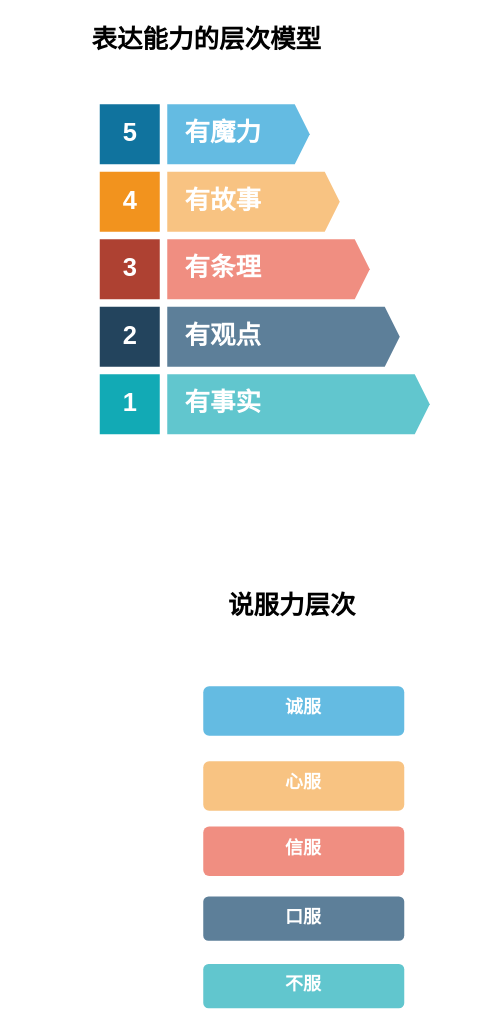
mashifei/uml keeps this draw.io diagram as page "表达力" (7 of 7) of 模型.drawio. Above is the earlier version. Source tidied: cells renumbered, new cells numbered last; positions are measured from the earlier drawing's top-left corner, leaving out a move shared by most shapes. Both pictures are drawn from the tidied source at 150%, with x=0, y=0 at pixel (26, 26).
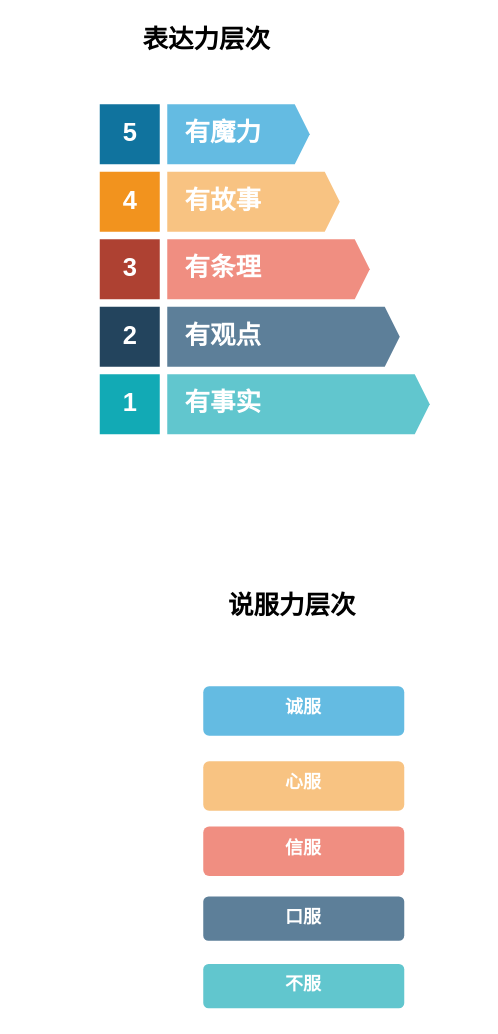
The same diagram, later.

Diff of the diagram source:
```diff
@@
 <mxGraphModel>
   <root>
     <mxCell id="0" />
     <mxCell id="1" parent="0" />
     <mxCell id="2" value="5" style="html=1;fillColor=#10739E;strokeColor=none;shadow=0;fontSize=17;fontColor=#FFFFFF;align=center;fontStyle=1;rounded=0;" parent="1" vertex="1">
       <mxGeometry x="49" y="52" width="40" height="40" as="geometry" />
     </mxCell>
     <mxCell id="3" value="有魔力" style="shape=mxgraph.infographic.ribbonSimple;notch1=0;notch2=10;notch=0;html=1;strokeColor=none;shadow=0;fontSize=17;fontColor=#FFFFFF;align=left;spacingLeft=10;fontStyle=1;fillColor=#64BBE2;" parent="1" vertex="1">
       <mxGeometry x="94" y="52" width="95" height="40" as="geometry" />
     </mxCell>
     <mxCell id="4" value="4" style="html=1;fillColor=#F2931E;strokeColor=none;shadow=0;fontSize=17;fontColor=#FFFFFF;align=center;fontStyle=1;rounded=0;" parent="1" vertex="1">
       <mxGeometry x="49" y="97" width="40" height="40" as="geometry" />
     </mxCell>
     <mxCell id="5" value="有故事" style="shape=mxgraph.infographic.ribbonSimple;notch1=0;notch2=10;notch=0;html=1;strokeColor=none;shadow=0;fontSize=17;fontColor=#FFFFFF;align=left;spacingLeft=10;fontStyle=1;fillColor=#F8C382;" parent="1" vertex="1">
       <mxGeometry x="94" y="97" width="115" height="40" as="geometry" />
     </mxCell>
     <mxCell id="6" value="3" style="html=1;fillColor=#AE4132;strokeColor=none;shadow=0;fontSize=17;fontColor=#FFFFFF;align=center;fontStyle=1;rounded=0;" parent="1" vertex="1">
       <mxGeometry x="49" y="142" width="40" height="40" as="geometry" />
     </mxCell>
     <mxCell id="7" value="有条理" style="shape=mxgraph.infographic.ribbonSimple;notch1=0;notch2=10;notch=0;html=1;fillColor=#F08E81;strokeColor=none;shadow=0;fontSize=17;fontColor=#FFFFFF;align=left;spacingLeft=10;fontStyle=1;" parent="1" vertex="1">
       <mxGeometry x="94" y="142" width="135" height="40" as="geometry" />
     </mxCell>
     <mxCell id="8" value="2" style="html=1;fillColor=#23445D;strokeColor=none;shadow=0;fontSize=17;fontColor=#FFFFFF;align=center;fontStyle=1;rounded=0;" parent="1" vertex="1">
       <mxGeometry x="49" y="187" width="40" height="40" as="geometry" />
     </mxCell>
     <mxCell id="9" value="有观点" style="shape=mxgraph.infographic.ribbonSimple;notch1=0;notch2=10;notch=0;html=1;fillColor=#5D7F99;strokeColor=none;shadow=0;fontSize=17;fontColor=#FFFFFF;align=left;spacingLeft=10;fontStyle=1;" parent="1" vertex="1">
       <mxGeometry x="94" y="187" width="155" height="40" as="geometry" />
     </mxCell>
     <mxCell id="10" value="1" style="html=1;fillColor=#12AAB5;strokeColor=none;shadow=0;fontSize=17;fontColor=#FFFFFF;align=center;fontStyle=1;rounded=0;" parent="1" vertex="1">
       <mxGeometry x="49" y="232" width="40" height="40" as="geometry" />
     </mxCell>
     <mxCell id="11" value="有事实" style="shape=mxgraph.infographic.ribbonSimple;notch1=0;notch2=10;notch=0;html=1;fillColor=#61C6CE;strokeColor=none;shadow=0;fontSize=17;fontColor=#FFFFFF;align=left;spacingLeft=10;fontStyle=1;" parent="1" vertex="1">
       <mxGeometry x="94" y="232" width="175" height="40" as="geometry" />
     </mxCell>
     <mxCell id="12" value="&lt;b&gt;&lt;font color=&quot;#ffffff&quot;&gt;诚服&lt;/font&gt;&lt;/b&gt;" style="rounded=1;strokeColor=none;align=center;arcSize=12;verticalAlign=top;whiteSpace=wrap;html=1;fontSize=12;fillColor=#64BBE2;" parent="1" vertex="1">
       <mxGeometry x="118" y="440" width="134" height="33" as="geometry" />
     </mxCell>
     <mxCell id="13" value="&lt;b&gt;&lt;font color=&quot;#ffffff&quot;&gt;心服&lt;/font&gt;&lt;/b&gt;" style="rounded=1;strokeColor=none;align=center;arcSize=12;verticalAlign=top;whiteSpace=wrap;html=1;fontSize=12;fillColor=#F8C382;" parent="1" vertex="1">
       <mxGeometry x="118" y="490" width="134" height="33" as="geometry" />
     </mxCell>
     <mxCell id="14" value="&lt;b&gt;&lt;font color=&quot;#ffffff&quot;&gt;信服&lt;/font&gt;&lt;/b&gt;" style="rounded=1;strokeColor=none;align=center;arcSize=12;verticalAlign=top;whiteSpace=wrap;html=1;fontSize=12;fillColor=#F08E81;" parent="1" vertex="1">
       <mxGeometry x="118" y="533.5" width="134" height="33" as="geometry" />
     </mxCell>
     <mxCell id="15" value="&lt;b&gt;&lt;font color=&quot;#ffffff&quot;&gt;口服&lt;/font&gt;&lt;/b&gt;" style="rounded=1;strokeColor=none;align=center;arcSize=12;verticalAlign=top;whiteSpace=wrap;html=1;fontSize=12;fillColor=#5D7F99;" parent="1" vertex="1">
       <mxGeometry x="118" y="580.2" width="134" height="29.5" as="geometry" />
     </mxCell>
-    <mxCell id="16" value="表达能力的层次模型" style="text;html=1;strokeColor=none;fillColor=none;align=center;verticalAlign=middle;whiteSpace=wrap;rounded=0;fontStyle=1;fontSize=17;" parent="1" vertex="1">
+    <mxCell id="16" value="表达力层次" style="text;html=1;strokeColor=none;fillColor=none;align=center;verticalAlign=middle;whiteSpace=wrap;rounded=0;fontStyle=1;fontSize=17;" parent="1" vertex="1">
       <mxGeometry width="241" height="20" as="geometry" />
     </mxCell>
     <mxCell id="17" value="&lt;b&gt;&lt;font color=&quot;#ffffff&quot;&gt;不服&lt;/font&gt;&lt;/b&gt;" style="rounded=1;strokeColor=none;align=center;arcSize=12;verticalAlign=top;whiteSpace=wrap;html=1;fontSize=12;fillColor=#61C6CE;" parent="1" vertex="1">
       <mxGeometry x="118" y="625.2" width="134" height="29.5" as="geometry" />
     </mxCell>
     <mxCell id="18" value="说服力层次" style="text;html=1;strokeColor=none;fillColor=none;align=center;verticalAlign=middle;whiteSpace=wrap;rounded=0;fontStyle=1;fontSize=17;" parent="1" vertex="1">
       <mxGeometry x="57" y="377" width="241" height="20" as="geometry" />
     </mxCell>
   </root>
 </mxGraphModel>
```
